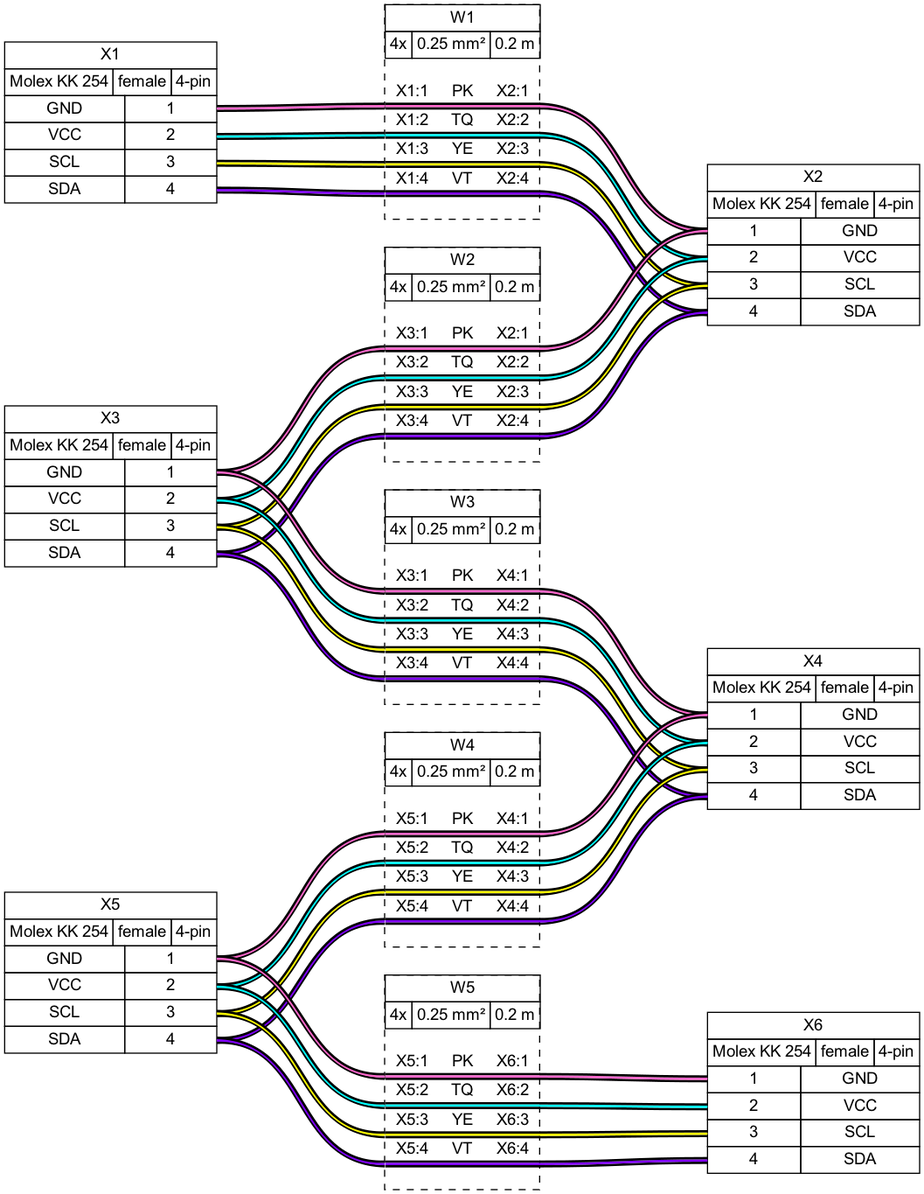
wireviz/WireViz keeps this Graphviz diagram as examples/ex06.png. Above is the earlier version. Its source is kept beside it as examples/ex06.gv.
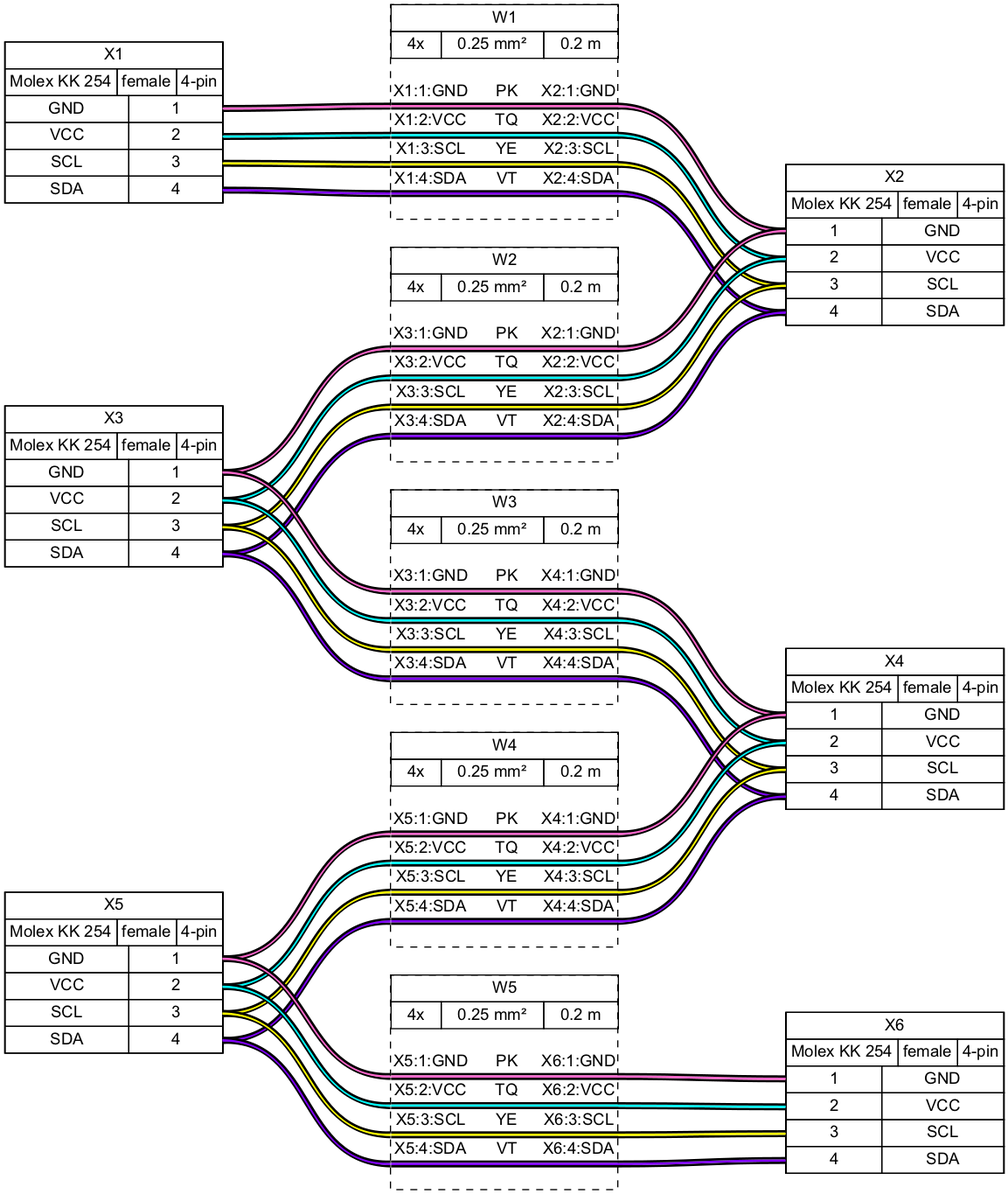
The same file after the commit.

Change to the diagram source:
```diff
@@ -1,6 +1,6 @@
 graph {
-	graph [bgcolor=white fontname=arial nodesep=0.33 rankdir=LR ranksep=2]
-	node [fillcolor=white fontname=arial shape=record style=filled]
+	graph [bgcolor="#FFFFFF" fontname=arial nodesep=0.33 rankdir=LR ranksep=2]
+	node [fillcolor="#FFFFFF" fontname=arial height=0 margin=0 shape=none style=filled width=0]
 	edge [fontname=arial style=bold]
 	X1 [label=<
 <table border="0" cellspacing="0" cellpadding="0">
@@ -37,7 +37,7 @@
   </table>
  </td></tr>
 </table>
-> fillcolor=white margin=0 shape=none style=filled]
+> fillcolor="#FFFFFF" shape=box style=filled]
 	X2 [label=<
 <table border="0" cellspacing="0" cellpadding="0">
  <tr><td>
@@ -73,7 +73,7 @@
   </table>
  </td></tr>
 </table>
-> fillcolor=white margin=0 shape=none style=filled]
+> fillcolor="#FFFFFF" shape=box style=filled]
 	X3 [label=<
 <table border="0" cellspacing="0" cellpadding="0">
  <tr><td>
@@ -109,7 +109,7 @@
   </table>
  </td></tr>
 </table>
-> fillcolor=white margin=0 shape=none style=filled]
+> fillcolor="#FFFFFF" shape=box style=filled]
 	X4 [label=<
 <table border="0" cellspacing="0" cellpadding="0">
  <tr><td>
@@ -145,7 +145,7 @@
   </table>
  </td></tr>
 </table>
-> fillcolor=white margin=0 shape=none style=filled]
+> fillcolor="#FFFFFF" shape=box style=filled]
 	X5 [label=<
 <table border="0" cellspacing="0" cellpadding="0">
  <tr><td>
@@ -181,7 +181,7 @@
   </table>
  </td></tr>
 </table>
-> fillcolor=white margin=0 shape=none style=filled]
+> fillcolor="#FFFFFF" shape=box style=filled]
 	X6 [label=<
 <table border="0" cellspacing="0" cellpadding="0">
  <tr><td>
@@ -217,7 +217,7 @@
   </table>
  </td></tr>
 </table>
-> fillcolor=white margin=0 shape=none style=filled]
+> fillcolor="#FFFFFF" shape=box style=filled]
 	edge [color="#000000:#ff66cc:#000000"]
 	X1:p1r:e -- W1:w1:w
 	W1:w1:e -- X2:p1l:w
@@ -248,9 +248,11 @@
   <table border="0" cellspacing="0" cellborder="0">
    <tr><td>&nbsp;</td></tr>
    <tr>
-    <td>X1:1</td>
-    <td>PK</td>
-    <td>X2:1</td>
+    <td>X1:1:GND</td>
+    <td>
+     PK
+    </td>
+    <td>X2:1:GND</td>
    </tr>
    <tr>
     <td colspan="3" border="0" cellspacing="0" cellpadding="0" port="w1" height="6">
@@ -262,9 +264,11 @@
     </td>
    </tr>
    <tr>
-    <td>X1:2</td>
-    <td>TQ</td>
-    <td>X2:2</td>
+    <td>X1:2:VCC</td>
+    <td>
+     TQ
+    </td>
+    <td>X2:2:VCC</td>
    </tr>
    <tr>
     <td colspan="3" border="0" cellspacing="0" cellpadding="0" port="w2" height="6">
@@ -276,9 +280,11 @@
     </td>
    </tr>
    <tr>
-    <td>X1:3</td>
-    <td>YE</td>
-    <td>X2:3</td>
+    <td>X1:3:SCL</td>
+    <td>
+     YE
+    </td>
+    <td>X2:3:SCL</td>
    </tr>
    <tr>
     <td colspan="3" border="0" cellspacing="0" cellpadding="0" port="w3" height="6">
@@ -290,9 +296,11 @@
     </td>
    </tr>
    <tr>
-    <td>X1:4</td>
-    <td>VT</td>
-    <td>X2:4</td>
+    <td>X1:4:SDA</td>
+    <td>
+     VT
+    </td>
+    <td>X2:4:SDA</td>
    </tr>
    <tr>
     <td colspan="3" border="0" cellspacing="0" cellpadding="0" port="w4" height="6">
@@ -307,7 +315,7 @@
   </table>
  </td></tr>
 </table>
-> fillcolor=white margin=0 shape=box style="filled,dashed"]
+> fillcolor="#FFFFFF" shape=box style="filled,dashed"]
 	edge [color="#000000:#ff66cc:#000000"]
 	X3:p1r:e -- W2:w1:w
 	W2:w1:e -- X2:p1l:w
@@ -338,9 +346,11 @@
   <table border="0" cellspacing="0" cellborder="0">
    <tr><td>&nbsp;</td></tr>
    <tr>
-    <td>X3:1</td>
-    <td>PK</td>
-    <td>X2:1</td>
+    <td>X3:1:GND</td>
+    <td>
+     PK
+    </td>
+    <td>X2:1:GND</td>
    </tr>
    <tr>
     <td colspan="3" border="0" cellspacing="0" cellpadding="0" port="w1" height="6">
@@ -352,9 +362,11 @@
     </td>
    </tr>
    <tr>
-    <td>X3:2</td>
-    <td>TQ</td>
-    <td>X2:2</td>
+    <td>X3:2:VCC</td>
+    <td>
+     TQ
+    </td>
+    <td>X2:2:VCC</td>
    </tr>
    <tr>
     <td colspan="3" border="0" cellspacing="0" cellpadding="0" port="w2" height="6">
@@ -366,9 +378,11 @@
     </td>
    </tr>
    <tr>
-    <td>X3:3</td>
-    <td>YE</td>
-    <td>X2:3</td>
+    <td>X3:3:SCL</td>
+    <td>
+     YE
+    </td>
+    <td>X2:3:SCL</td>
    </tr>
    <tr>
     <td colspan="3" border="0" cellspacing="0" cellpadding="0" port="w3" height="6">
@@ -380,9 +394,11 @@
     </td>
    </tr>
    <tr>
-    <td>X3:4</td>
-    <td>VT</td>
-    <td>X2:4</td>
+    <td>X3:4:SDA</td>
+    <td>
+     VT
+    </td>
+    <td>X2:4:SDA</td>
    </tr>
    <tr>
     <td colspan="3" border="0" cellspacing="0" cellpadding="0" port="w4" height="6">
@@ -397,7 +413,7 @@
   </table>
  </td></tr>
 </table>
-> fillcolor=white margin=0 shape=box style="filled,dashed"]
+> fillcolor="#FFFFFF" shape=box style="filled,dashed"]
 	edge [color="#000000:#ff66cc:#000000"]
 	X3:p1r:e -- W3:w1:w
 	W3:w1:e -- X4:p1l:w
@@ -428,9 +444,11 @@
   <table border="0" cellspacing="0" cellborder="0">
    <tr><td>&nbsp;</td></tr>
    <tr>
-    <td>X3:1</td>
-    <td>PK</td>
-    <td>X4:1</td>
+    <td>X3:1:GND</td>
+    <td>
+     PK
+    </td>
+    <td>X4:1:GND</td>
    </tr>
    <tr>
     <td colspan="3" border="0" cellspacing="0" cellpadding="0" port="w1" height="6">
@@ -442,9 +460,11 @@
     </td>
    </tr>
    <tr>
-    <td>X3:2</td>
-    <td>TQ</td>
-    <td>X4:2</td>
+    <td>X3:2:VCC</td>
+    <td>
+     TQ
+    </td>
+    <td>X4:2:VCC</td>
    </tr>
    <tr>
     <td colspan="3" border="0" cellspacing="0" cellpadding="0" port="w2" height="6">
@@ -456,9 +476,11 @@
     </td>
    </tr>
    <tr>
-    <td>X3:3</td>
-    <td>YE</td>
-    <td>X4:3</td>
+    <td>X3:3:SCL</td>
+    <td>
+     YE
+    </td>
+    <td>X4:3:SCL</td>
    </tr>
    <tr>
     <td colspan="3" border="0" cellspacing="0" cellpadding="0" port="w3" height="6">
@@ -470,9 +492,11 @@
     </td>
    </tr>
    <tr>
-    <td>X3:4</td>
-    <td>VT</td>
-    <td>X4:4</td>
+    <td>X3:4:SDA</td>
+    <td>
+     VT
+    </td>
+    <td>X4:4:SDA</td>
    </tr>
    <tr>
     <td colspan="3" border="0" cellspacing="0" cellpadding="0" port="w4" height="6">
@@ -487,7 +511,7 @@
   </table>
  </td></tr>
 </table>
-> fillcolor=white margin=0 shape=box style="filled,dashed"]
+> fillcolor="#FFFFFF" shape=box style="filled,dashed"]
 	edge [color="#000000:#ff66cc:#000000"]
 	X5:p1r:e -- W4:w1:w
 	W4:w1:e -- X4:p1l:w
@@ -518,9 +542,11 @@
   <table border="0" cellspacing="0" cellborder="0">
    <tr><td>&nbsp;</td></tr>
    <tr>
-    <td>X5:1</td>
-    <td>PK</td>
-    <td>X4:1</td>
+    <td>X5:1:GND</td>
+    <td>
+     PK
+    </td>
+    <td>X4:1:GND</td>
    </tr>
    <tr>
     <td colspan="3" border="0" cellspacing="0" cellpadding="0" port="w1" height="6">
@@ -532,9 +558,11 @@
     </td>
    </tr>
    <tr>
-    <td>X5:2</td>
-    <td>TQ</td>
-    <td>X4:2</td>
+    <td>X5:2:VCC</td>
+    <td>
+     TQ
+    </td>
+    <td>X4:2:VCC</td>
    </tr>
    <tr>
     <td colspan="3" border="0" cellspacing="0" cellpadding="0" port="w2" height="6">
@@ -546,9 +574,11 @@
     </td>
    </tr>
    <tr>
-    <td>X5:3</td>
-    <td>YE</td>
-    <td>X4:3</td>
+    <td>X5:3:SCL</td>
+    <td>
+     YE
+    </td>
+    <td>X4:3:SCL</td>
    </tr>
    <tr>
     <td colspan="3" border="0" cellspacing="0" cellpadding="0" port="w3" height="6">
@@ -560,9 +590,11 @@
     </td>
    </tr>
    <tr>
-    <td>X5:4</td>
-    <td>VT</td>
-    <td>X4:4</td>
+    <td>X5:4:SDA</td>
+    <td>
+     VT
+    </td>
+    <td>X4:4:SDA</td>
    </tr>
    <tr>
     <td colspan="3" border="0" cellspacing="0" cellpadding="0" port="w4" height="6">
@@ -577,7 +609,7 @@
   </table>
  </td></tr>
 </table>
-> fillcolor=white margin=0 shape=box style="filled,dashed"]
+> fillcolor="#FFFFFF" shape=box style="filled,dashed"]
 	edge [color="#000000:#ff66cc:#000000"]
 	X5:p1r:e -- W5:w1:w
 	W5:w1:e -- X6:p1l:w
@@ -608,9 +640,11 @@
   <table border="0" cellspacing="0" cellborder="0">
    <tr><td>&nbsp;</td></tr>
    <tr>
-    <td>X5:1</td>
-    <td>PK</td>
-    <td>X6:1</td>
+    <td>X5:1:GND</td>
+    <td>
+     PK
+    </td>
+    <td>X6:1:GND</td>
    </tr>
    <tr>
     <td colspan="3" border="0" cellspacing="0" cellpadding="0" port="w1" height="6">
@@ -622,9 +656,11 @@
     </td>
    </tr>
    <tr>
-    <td>X5:2</td>
-    <td>TQ</td>
-    <td>X6:2</td>
+    <td>X5:2:VCC</td>
+    <td>
+     TQ
+    </td>
+    <td>X6:2:VCC</td>
    </tr>
    <tr>
     <td colspan="3" border="0" cellspacing="0" cellpadding="0" port="w2" height="6">
@@ -636,9 +672,11 @@
     </td>
    </tr>
    <tr>
-    <td>X5:3</td>
-    <td>YE</td>
-    <td>X6:3</td>
+    <td>X5:3:SCL</td>
+    <td>
+     YE
+    </td>
+    <td>X6:3:SCL</td>
    </tr>
    <tr>
     <td colspan="3" border="0" cellspacing="0" cellpadding="0" port="w3" height="6">
@@ -650,9 +688,11 @@
     </td>
    </tr>
    <tr>
-    <td>X5:4</td>
-    <td>VT</td>
-    <td>X6:4</td>
+    <td>X5:4:SDA</td>
+    <td>
+     VT
+    </td>
+    <td>X6:4:SDA</td>
    </tr>
    <tr>
     <td colspan="3" border="0" cellspacing="0" cellpadding="0" port="w4" height="6">
@@ -667,5 +707,5 @@
   </table>
  </td></tr>
 </table>
-> fillcolor=white margin=0 shape=box style="filled,dashed"]
+> fillcolor="#FFFFFF" shape=box style="filled,dashed"]
 }
```
